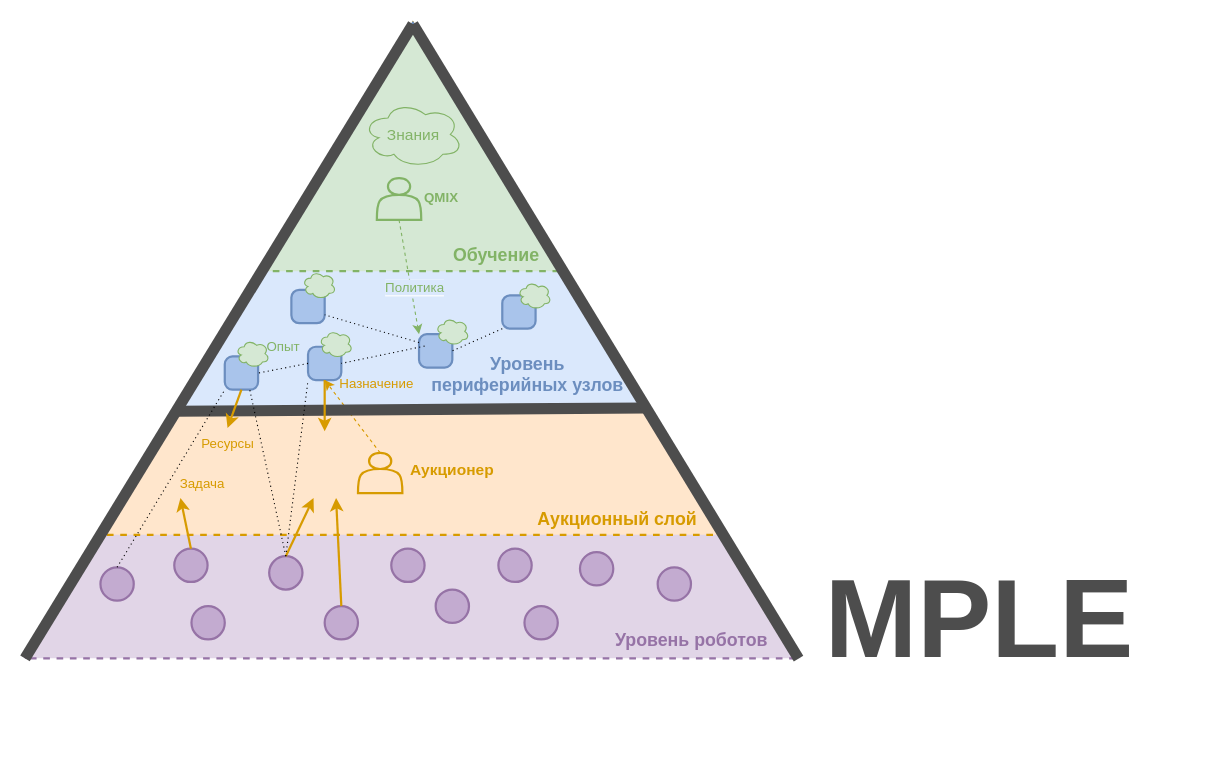
Above: Dissertation/images/drawio/ch5_ample_amr_concept_v2.drawio in Dima12101/SPbU-Phd-LaTeX-Dissertation (draw.io), before the change. Source tidied: cells renumbered, new cells numbered last; positions are measured from the earlier drawing's top-left corner, leaving out a move shared by most shapes. Both pictures are drawn from the tidied source at 111%, with x=0, y=0 at pixel (24, 22).
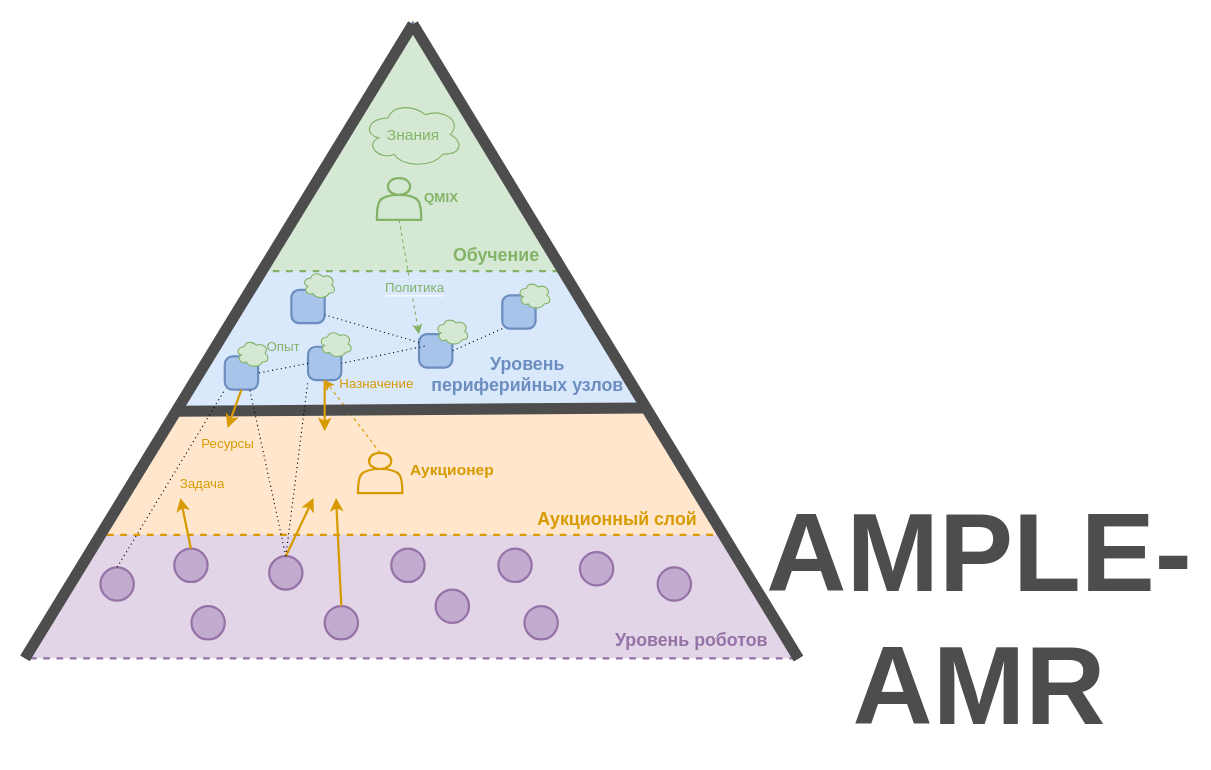
The same diagram, later.

The edit, as a diff of the source:
```diff
@@
-    <mxCell id="53" value="&lt;b&gt;&lt;font style=&quot;font-size: 100px; color: rgb(77, 77, 77);&quot;&gt;MPLE&lt;/font&gt;&lt;/b&gt;" style="text;html=1;whiteSpace=wrap;strokeColor=none;fillColor=none;align=center;verticalAlign=middle;rounded=0;" parent="1" vertex="1">
+    <mxCell id="53" value="&lt;b&gt;&lt;font style=&quot;font-size: 100px; color: rgb(77, 77, 77);&quot;&gt;AMPLE-AMR&lt;/font&gt;&lt;/b&gt;" style="text;html=1;whiteSpace=wrap;strokeColor=none;fillColor=none;align=center;verticalAlign=middle;rounded=0;" parent="1" vertex="1">
       <mxGeometry x="830" y="520.6" width="60" height="30" as="geometry" />
     </mxCell>
```
